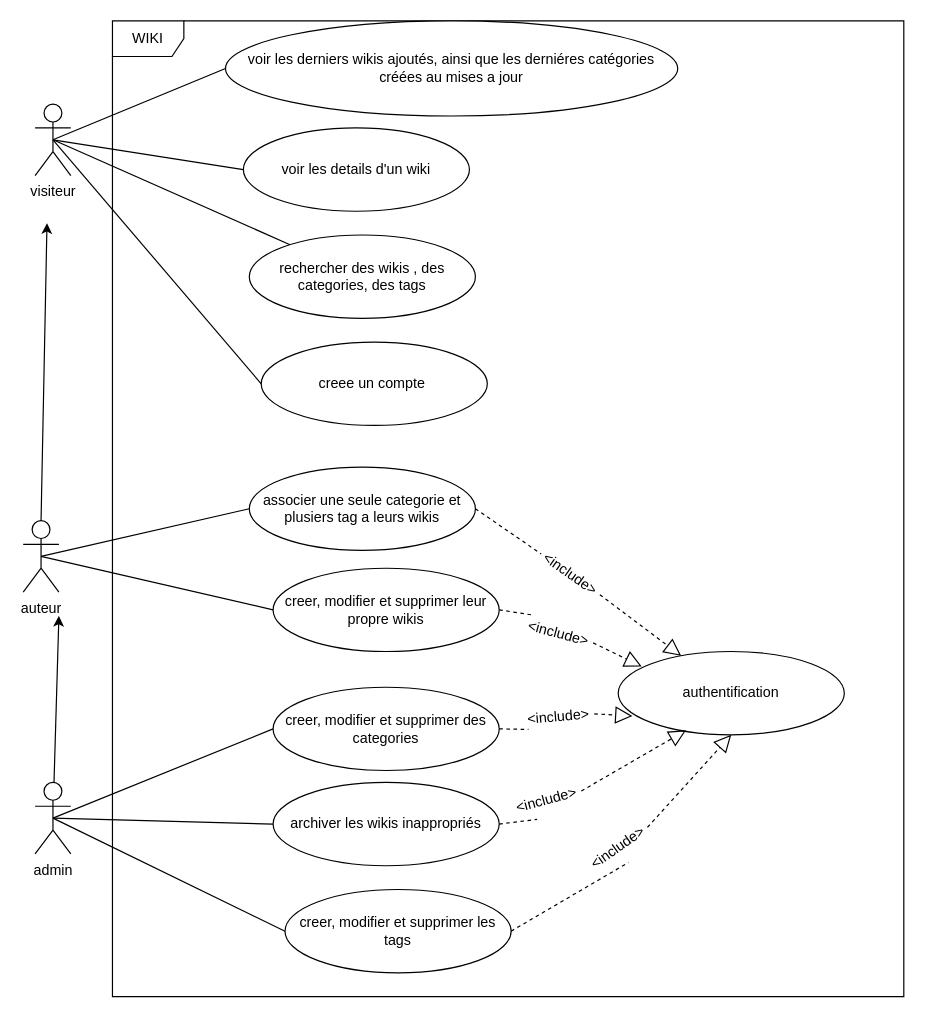
The draw.io diagram use_case.drawio in SOUFIANE-BOUSHABA/WIKIPRES, before the edit. Source tidied: cells renumbered, new cells numbered last; positions are measured from the earlier drawing's top-left corner, leaving out a move shared by most shapes. Both pictures are drawn from the tidied source at 119%, with x=0, y=0 at pixel (23, 20).
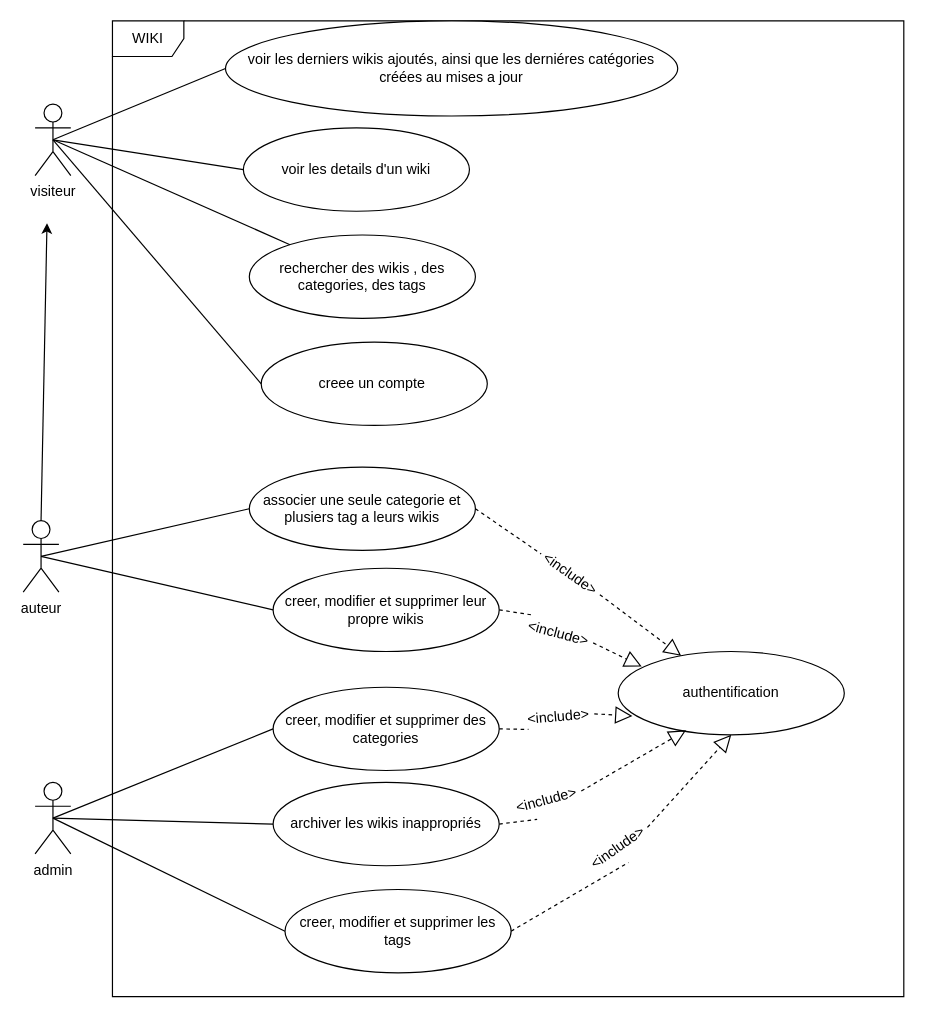
The same page after the edit.

The change refers to these unchanged cells:
```xml
<mxCell id="4" value="admin" style="shape=umlActor;verticalLabelPosition=bottom;verticalAlign=top;html=1;" parent="1" vertex="1">
  <mxGeometry x="10" y="640" width="30" height="60" as="geometry" />
</mxCell>
```

The edit, as a diff of the source:
```diff
@@
-    <mxCell id="21" style="endArrow=classic;html=1;" parent="1" edge="1" source="4">
-      <mxGeometry relative="1" as="geometry">
-        <mxPoint x="30" y="500" as="targetPoint" />
-      </mxGeometry>
-    </mxCell>
```
